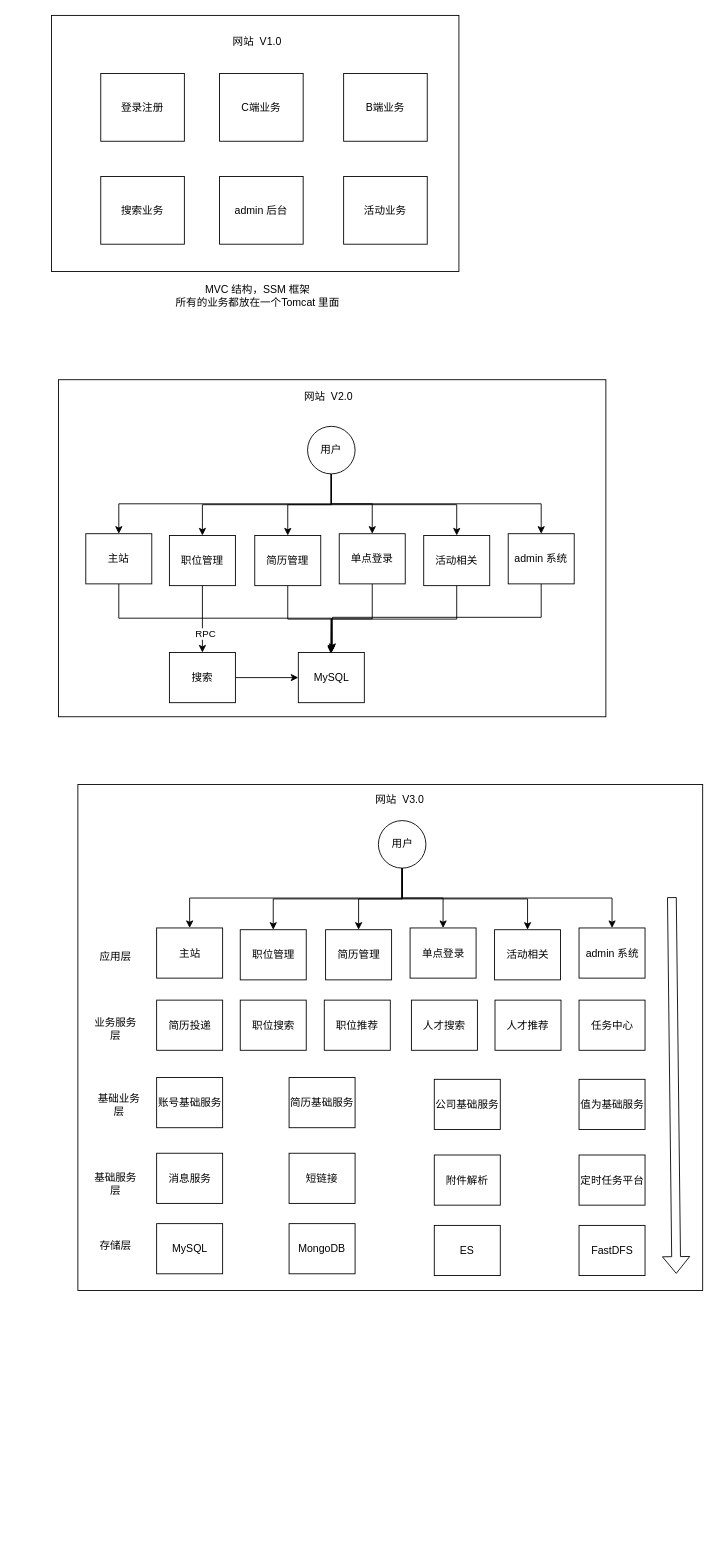
This is docs/dubbo/架构图1.drawio from kuangtf/PictureBed, a draw.io file, before an edit. Source tidied: cells renumbered, new cells numbered last; positions are measured from the earlier drawing's top-left corner, leaving out a move shared by most shapes. Both pictures are drawn from the tidied source at 88%, with x=0, y=0 at pixel (51, 15).
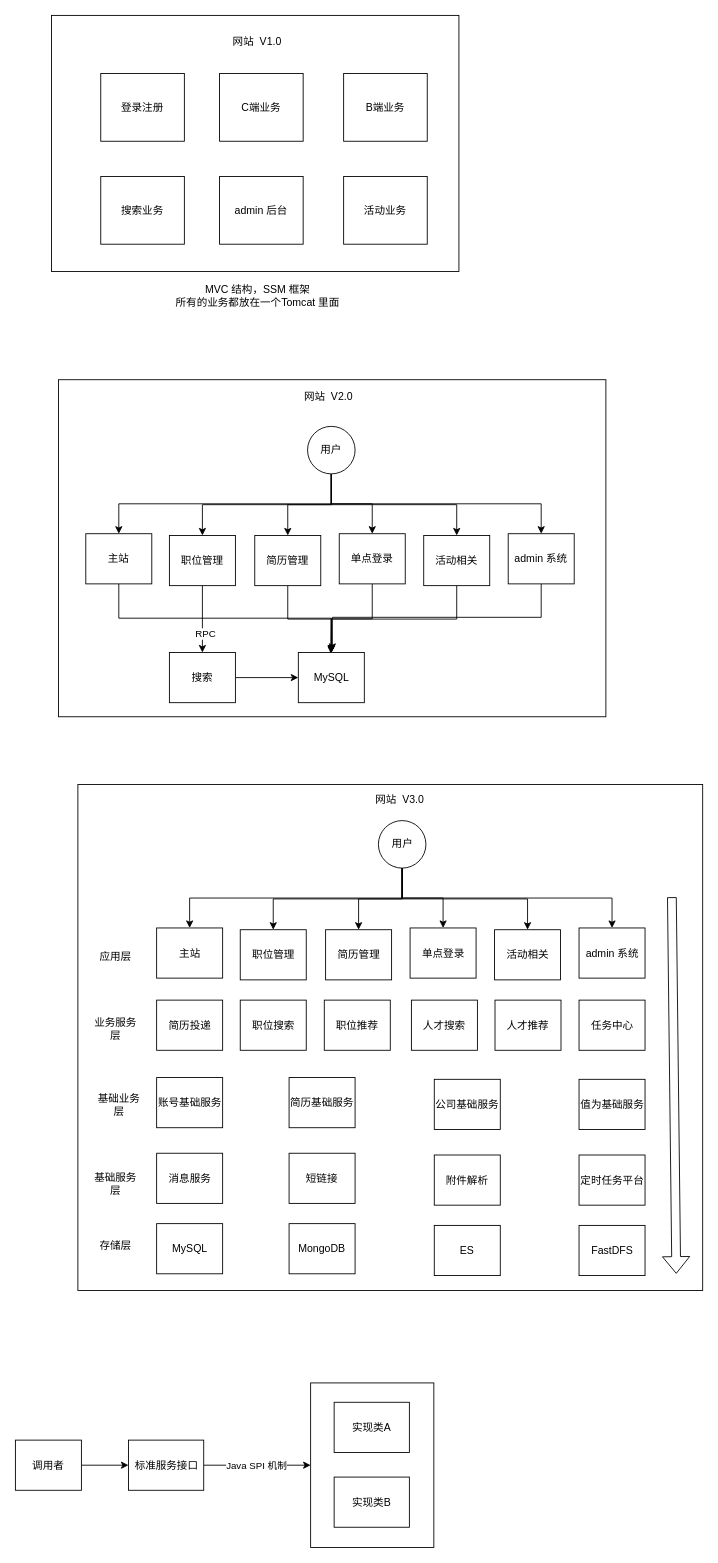
The same diagram, later.

Commit message:
更新架构图

Change to the diagram source:
```diff
@@
+    <mxCell id="74" style="rounded=0;whiteSpace=wrap;html=1;" parent="1" vertex="1">
+      <mxGeometry x="294.5" y="1554" width="140" height="187" as="geometry" />
+    </mxCell>
@@
+    <mxCell id="75" style="edgeStyle=orthogonalEdgeStyle;rounded=0;jettySize=auto;html=1;exitX=1;exitY=0.5;exitDx=0;exitDy=0;entryX=0;entryY=0.5;entryDx=0;entryDy=0;" parent="1" edge="1" source="76" target="78">
+      <mxGeometry relative="1" as="geometry" />
+    </mxCell>
+    <mxCell id="76" value="调用者" style="rounded=0;whiteSpace=wrap;html=1;" parent="1" vertex="1">
+      <mxGeometry x="-41" y="1619" width="75" height="57" as="geometry" />
+    </mxCell>
+    <mxCell id="77" value="Java SPI 机制" style="edgeStyle=orthogonalEdgeStyle;rounded=0;jettySize=auto;html=1;" parent="1" edge="1" source="78" target="74">
+      <mxGeometry x="-0.01" relative="1" as="geometry" />
+    </mxCell>
+    <mxCell id="78" value="标准服务接口" style="rounded=0;whiteSpace=wrap;html=1;" parent="1" vertex="1">
+      <mxGeometry x="87.5" y="1619" width="85.5" height="57" as="geometry" />
+    </mxCell>
+    <mxCell id="79" value="实现类A" style="rounded=0;whiteSpace=wrap;html=1;" parent="1" vertex="1">
+      <mxGeometry x="321.2" y="1576" width="85.5" height="57" as="geometry" />
+    </mxCell>
+    <mxCell id="80" value="实现类B" style="rounded=0;whiteSpace=wrap;html=1;" parent="1" vertex="1">
+      <mxGeometry x="321.2" y="1661" width="85.5" height="57" as="geometry" />
+    </mxCell>
```
